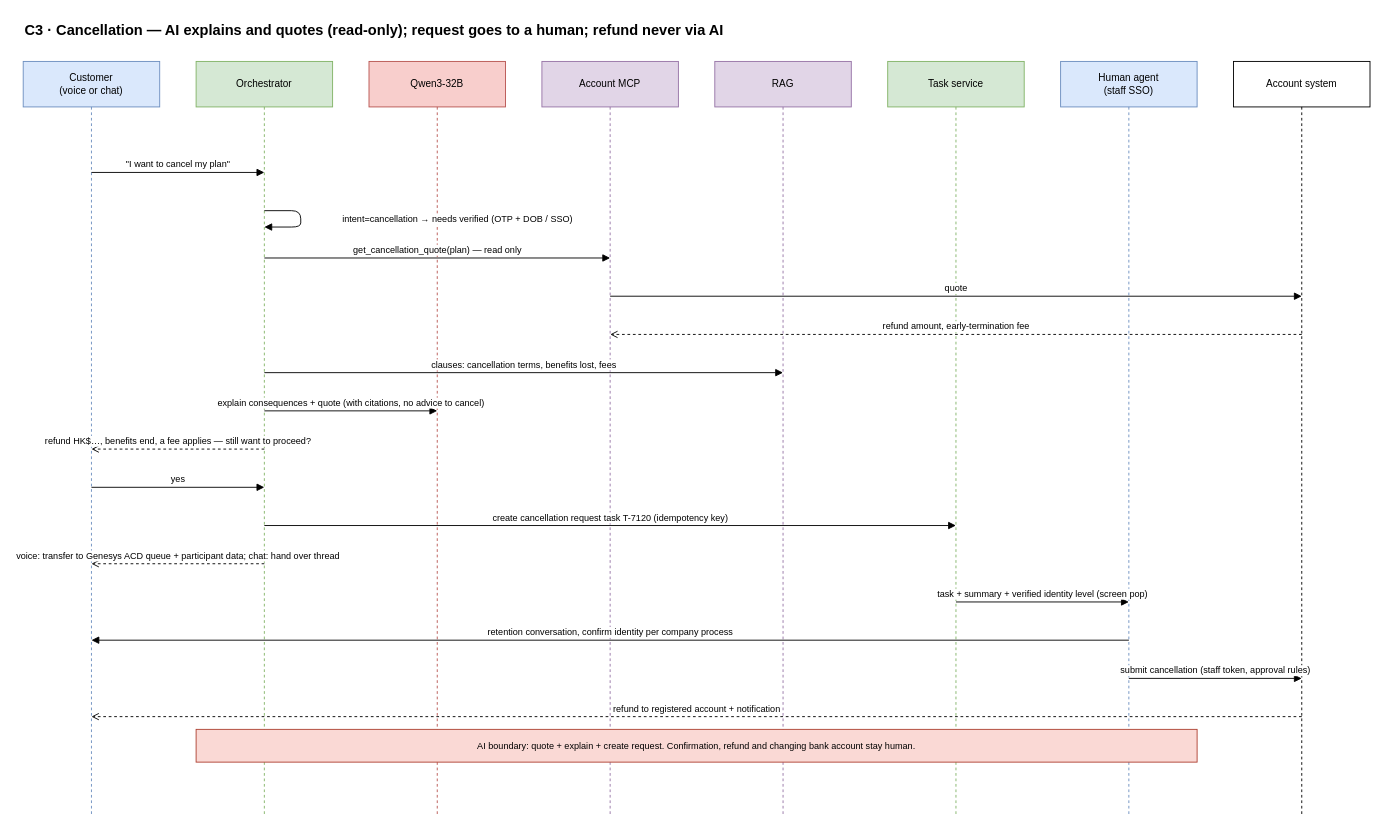
Earlier version of the draw.io diagram docs/diagrams/C3-cancellation.drawio (airplanecraft/customer-support-agent). Source tidied: cells renumbered, new cells numbered last; positions are measured from the earlier drawing's top-left corner, leaving out a move shared by most shapes. Both pictures are drawn from the tidied source at 91%, with x=0, y=0 at pixel (23, 15).
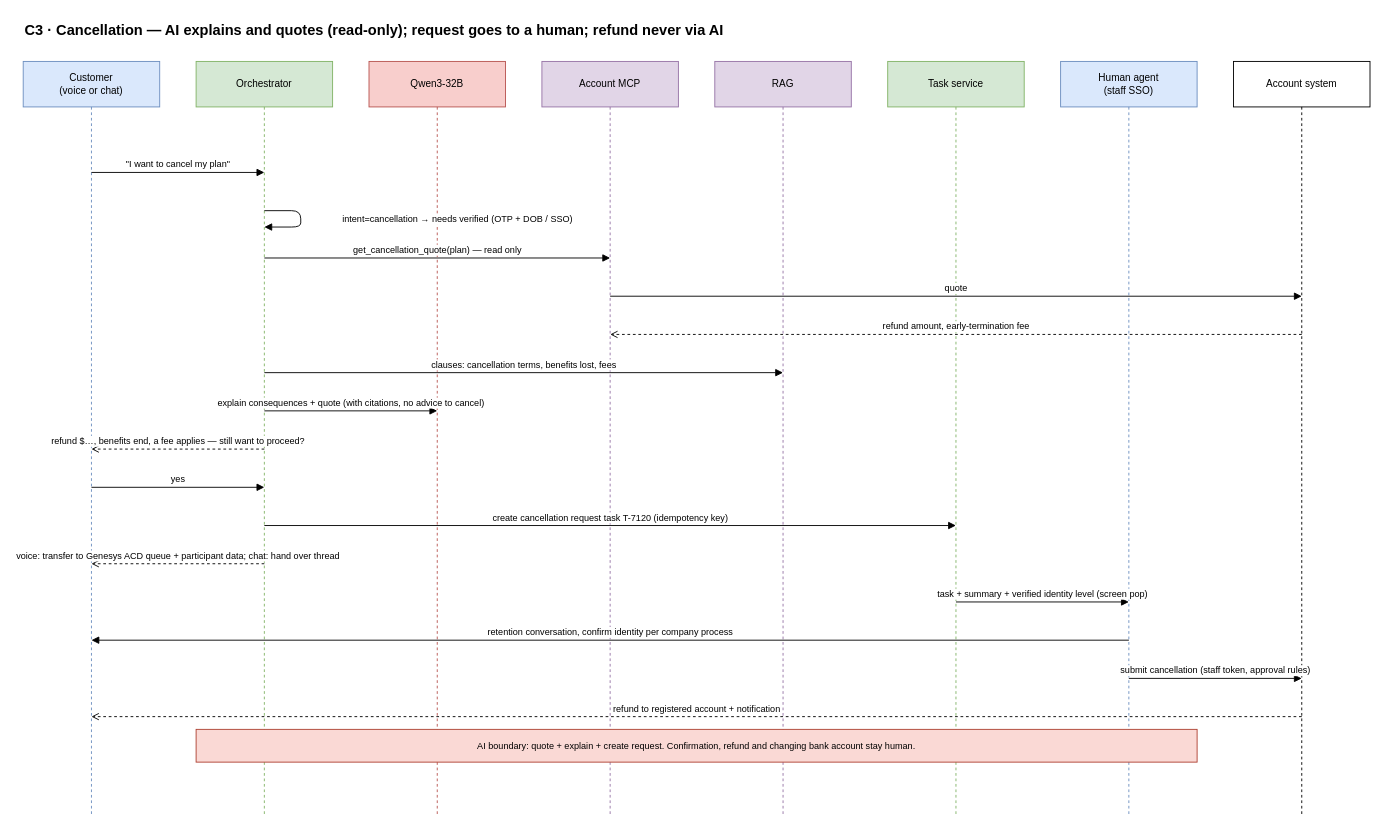
The same diagram, later.

Diff of the diagram source:
```diff
@@
-    <mxCell id="18" value="refund HK$…, benefits end, a fee applies — still want to proceed?" style="html=1;verticalAlign=bottom;fontSize=10;labelBackgroundColor=#ffffff;endArrow=open;dashed=1;" parent="1" edge="1">
+    <mxCell id="18" value="refund $…, benefits end, a fee applies — still want to proceed?" style="html=1;verticalAlign=bottom;fontSize=10;labelBackgroundColor=#ffffff;endArrow=open;dashed=1;" parent="1" edge="1">
       <mxGeometry relative="1" as="geometry">
         <mxPoint x="265" y="476" as="sourcePoint" />
         <mxPoint x="75" y="476" as="targetPoint" />
       </mxGeometry>
     </mxCell>
```
